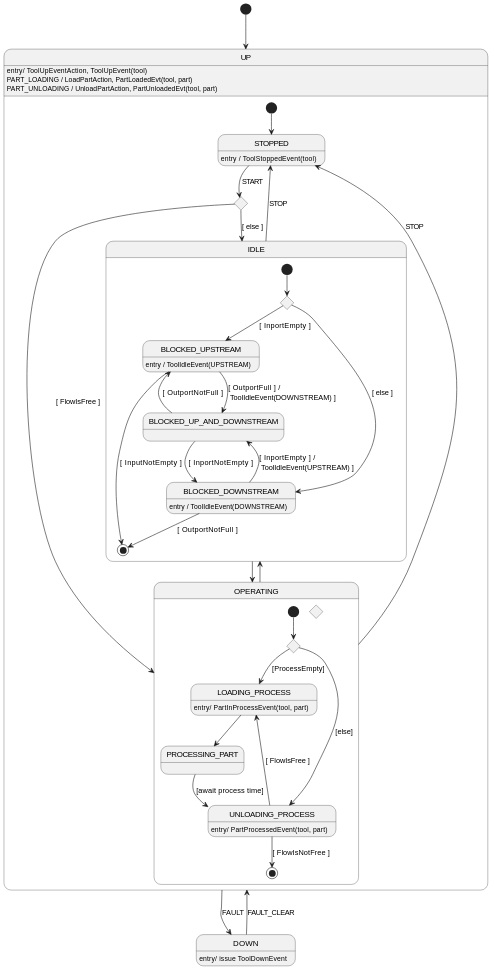
Earlier version of the PlantUML export doc/tool-fsm.svg (onouv/mes-tool-mock-srv).
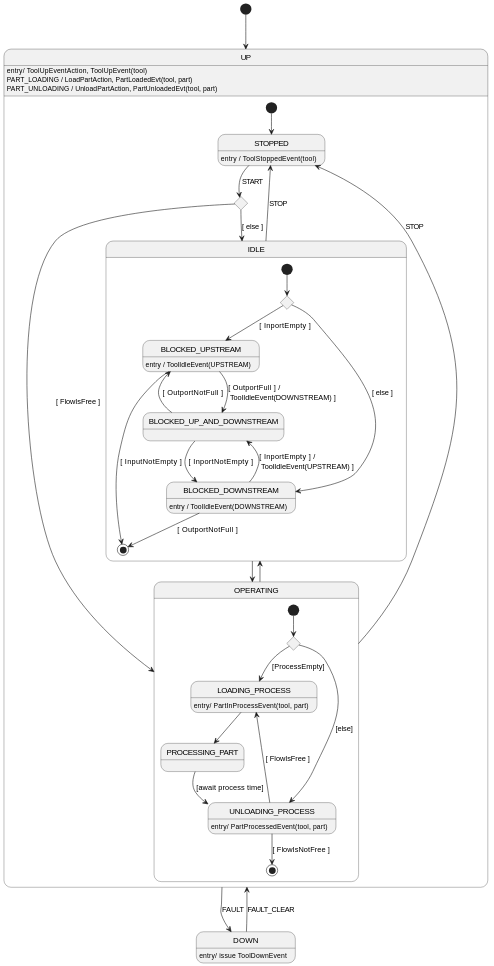
Above is the later version.

Commit message:
amend fsm plant uml (delete redundant choice node)

Change to the diagram source:
```diff
@@ -43,7 +43,6 @@
         state LOADING_PROCESS: entry/ PartInProcessEvent(tool, part)
         state UNLOADING_PROCESS: entry/ PartProcessedEvent(tool, part)
         state CHOICE_PROCESS_EMPTY <<choice>>
-        state CHOICE_UNLOADING <<choice>>
         state PROCESSING_PART
 
         [*] --> CHOICE_PROCESS_EMPTY
```
